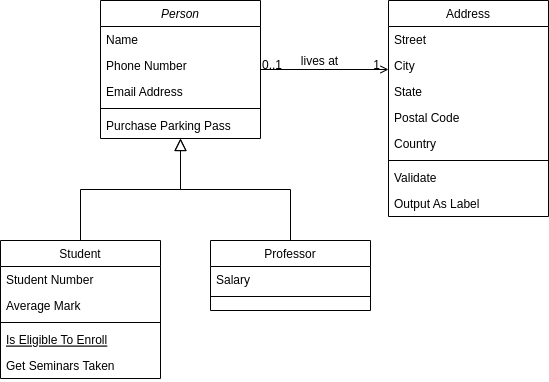
Above: ejercicio1.png in aday-ctr/clases (draw.io), before the change. Source tidied: cells renumbered, new cells last; positions are measured from the earlier drawing's top-left corner, leaving out a move shared by most shapes. Source of this version:
```xml
<mxGraphModel>
  <root>
    <mxCell id="0" />
    <mxCell id="1" parent="0" />
    <mxCell id="2" value="Person" style="swimlane;fontStyle=2;align=center;verticalAlign=top;horizontal=1;startSize=26;rounded=0;shadow=0;strokeWidth=1;" parent="1" vertex="1">
      <mxGeometry x="100" width="160" height="138" as="geometry" />
    </mxCell>
    <mxCell id="3" value="Name" style="text;align=left;verticalAlign=top;spacingLeft=4;spacingRight=4;overflow=hidden;" parent="2" vertex="1">
      <mxGeometry y="26" width="160" height="26" as="geometry" />
    </mxCell>
    <mxCell id="4" value="Phone Number" style="text;align=left;verticalAlign=top;spacingLeft=4;spacingRight=4;overflow=hidden;rounded=0;shadow=0;html=0;" parent="2" vertex="1">
      <mxGeometry y="52" width="160" height="26" as="geometry" />
    </mxCell>
    <mxCell id="5" value="Email Address" style="text;align=left;verticalAlign=top;spacingLeft=4;spacingRight=4;overflow=hidden;rounded=0;shadow=0;html=0;" parent="2" vertex="1">
      <mxGeometry y="78" width="160" height="26" as="geometry" />
    </mxCell>
    <mxCell id="6" style="line;html=1;strokeWidth=1;align=left;verticalAlign=middle;spacingTop=-1;spacingLeft=3;spacingRight=3;labelPosition=right;" parent="2" vertex="1">
      <mxGeometry y="104" width="160" height="8" as="geometry" />
    </mxCell>
    <mxCell id="7" value="Purchase Parking Pass" style="text;align=left;verticalAlign=top;spacingLeft=4;spacingRight=4;overflow=hidden;" parent="2" vertex="1">
      <mxGeometry y="112" width="160" height="26" as="geometry" />
    </mxCell>
    <mxCell id="8" value="Student" style="swimlane;fontStyle=0;align=center;verticalAlign=top;horizontal=1;startSize=26;rounded=0;shadow=0;strokeWidth=1;" parent="1" vertex="1">
      <mxGeometry y="240" width="160" height="138" as="geometry" />
    </mxCell>
    <mxCell id="9" value="Student Number" style="text;align=left;verticalAlign=top;spacingLeft=4;spacingRight=4;overflow=hidden;" parent="8" vertex="1">
      <mxGeometry y="26" width="160" height="26" as="geometry" />
    </mxCell>
    <mxCell id="10" value="Average Mark" style="text;align=left;verticalAlign=top;spacingLeft=4;spacingRight=4;overflow=hidden;rounded=0;shadow=0;html=0;" parent="8" vertex="1">
      <mxGeometry y="52" width="160" height="26" as="geometry" />
    </mxCell>
    <mxCell id="11" style="line;html=1;strokeWidth=1;align=left;verticalAlign=middle;spacingTop=-1;spacingLeft=3;spacingRight=3;labelPosition=right;" parent="8" vertex="1">
      <mxGeometry y="78" width="160" height="8" as="geometry" />
    </mxCell>
    <mxCell id="12" value="Is Eligible To Enroll" style="text;align=left;verticalAlign=top;spacingLeft=4;spacingRight=4;overflow=hidden;fontStyle=4;" parent="8" vertex="1">
      <mxGeometry y="86" width="160" height="26" as="geometry" />
    </mxCell>
    <mxCell id="13" value="Get Seminars Taken" style="text;align=left;verticalAlign=top;spacingLeft=4;spacingRight=4;overflow=hidden;" parent="8" vertex="1">
      <mxGeometry y="112" width="160" height="26" as="geometry" />
    </mxCell>
    <mxCell id="14" style="endArrow=block;endSize=10;endFill=0;shadow=0;strokeWidth=1;rounded=0;curved=0;edgeStyle=elbowEdgeStyle;elbow=vertical;" parent="1" edge="1" source="8" target="2">
      <mxGeometry relative="1" as="geometry" />
    </mxCell>
    <mxCell id="15" value="Professor" style="swimlane;fontStyle=0;align=center;verticalAlign=top;horizontal=1;startSize=26;rounded=0;shadow=0;strokeWidth=1;" parent="1" vertex="1">
      <mxGeometry x="210" y="240" width="160" height="70" as="geometry" />
    </mxCell>
    <mxCell id="16" value="Salary" style="text;align=left;verticalAlign=top;spacingLeft=4;spacingRight=4;overflow=hidden;" parent="15" vertex="1">
      <mxGeometry y="26" width="160" height="26" as="geometry" />
    </mxCell>
    <mxCell id="17" style="line;html=1;strokeWidth=1;align=left;verticalAlign=middle;spacingTop=-1;spacingLeft=3;spacingRight=3;labelPosition=right;" parent="15" vertex="1">
      <mxGeometry y="52" width="160" height="8" as="geometry" />
    </mxCell>
    <mxCell id="18" style="endArrow=block;endSize=10;endFill=0;shadow=0;strokeWidth=1;rounded=0;curved=0;edgeStyle=elbowEdgeStyle;elbow=vertical;" parent="1" edge="1" source="15" target="2">
      <mxGeometry relative="1" as="geometry" />
    </mxCell>
    <mxCell id="19" value="Address" style="swimlane;fontStyle=0;align=center;verticalAlign=top;horizontal=1;startSize=26;rounded=0;shadow=0;strokeWidth=1;" parent="1" vertex="1">
      <mxGeometry x="388" width="160" height="216" as="geometry" />
    </mxCell>
    <mxCell id="20" value="Street" style="text;align=left;verticalAlign=top;spacingLeft=4;spacingRight=4;overflow=hidden;" parent="19" vertex="1">
      <mxGeometry y="26" width="160" height="26" as="geometry" />
    </mxCell>
    <mxCell id="21" value="City" style="text;align=left;verticalAlign=top;spacingLeft=4;spacingRight=4;overflow=hidden;rounded=0;shadow=0;html=0;" parent="19" vertex="1">
      <mxGeometry y="52" width="160" height="26" as="geometry" />
    </mxCell>
    <mxCell id="22" value="State" style="text;align=left;verticalAlign=top;spacingLeft=4;spacingRight=4;overflow=hidden;rounded=0;shadow=0;html=0;" parent="19" vertex="1">
      <mxGeometry y="78" width="160" height="26" as="geometry" />
    </mxCell>
    <mxCell id="23" value="Postal Code" style="text;align=left;verticalAlign=top;spacingLeft=4;spacingRight=4;overflow=hidden;rounded=0;shadow=0;html=0;" parent="19" vertex="1">
      <mxGeometry y="104" width="160" height="26" as="geometry" />
    </mxCell>
    <mxCell id="24" value="Country" style="text;align=left;verticalAlign=top;spacingLeft=4;spacingRight=4;overflow=hidden;rounded=0;shadow=0;html=0;" parent="19" vertex="1">
      <mxGeometry y="130" width="160" height="26" as="geometry" />
    </mxCell>
    <mxCell id="25" style="line;html=1;strokeWidth=1;align=left;verticalAlign=middle;spacingTop=-1;spacingLeft=3;spacingRight=3;labelPosition=right;" parent="19" vertex="1">
      <mxGeometry y="156" width="160" height="8" as="geometry" />
    </mxCell>
    <mxCell id="26" value="Validate" style="text;align=left;verticalAlign=top;spacingLeft=4;spacingRight=4;overflow=hidden;" parent="19" vertex="1">
      <mxGeometry y="164" width="160" height="26" as="geometry" />
    </mxCell>
    <mxCell id="27" value="Output As Label" style="text;align=left;verticalAlign=top;spacingLeft=4;spacingRight=4;overflow=hidden;" parent="19" vertex="1">
      <mxGeometry y="190" width="160" height="26" as="geometry" />
    </mxCell>
    <mxCell id="28" style="endArrow=open;shadow=0;strokeWidth=1;rounded=0;curved=0;endFill=1;edgeStyle=elbowEdgeStyle;elbow=vertical;" parent="1" edge="1" source="2" target="19">
      <mxGeometry x="0.5" y="41" relative="1" as="geometry">
        <mxPoint x="-40" y="32" as="offset" />
      </mxGeometry>
    </mxCell>
    <mxCell id="29" value="0..1" style="align=left;verticalAlign=bottom;labelBackgroundColor=none;fontSize=12;" parent="28" vertex="1">
      <mxGeometry x="-1" relative="1" as="geometry">
        <mxPoint y="4" as="offset" />
      </mxGeometry>
    </mxCell>
    <mxCell id="30" value="1" style="align=right;verticalAlign=bottom;labelBackgroundColor=none;fontSize=12;" parent="28" vertex="1">
      <mxGeometry x="1" relative="1" as="geometry">
        <mxPoint x="-7" y="4" as="offset" />
      </mxGeometry>
    </mxCell>
    <mxCell id="31" value="lives at" style="text;html=1;align=center;verticalAlign=middle;labelBackgroundColor=none;rounded=0;shadow=0;strokeWidth=1;fontSize=12;" parent="28" vertex="1">
      <mxGeometry x="0.5" y="49" relative="1" as="geometry">
        <mxPoint x="-38" y="40" as="offset" />
      </mxGeometry>
    </mxCell>
  </root>
</mxGraphModel>
```
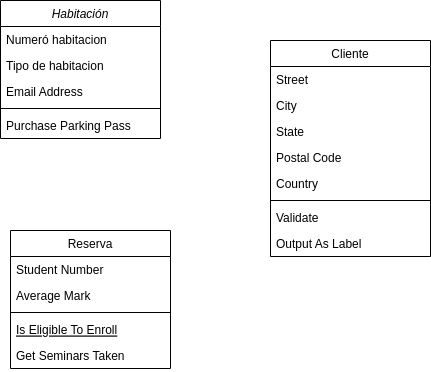
The same diagram one commit later.

What changed in the source:
```diff
@@ -2,13 +2,13 @@
   <root>
     <mxCell id="0" />
     <mxCell id="1" parent="0" />
-    <mxCell id="2" value="Person" style="swimlane;fontStyle=2;align=center;verticalAlign=top;horizontal=1;startSize=26;rounded=0;shadow=0;strokeWidth=1;" parent="1" vertex="1">
+    <mxCell id="2" value="Habitación" style="swimlane;fontStyle=2;align=center;verticalAlign=top;horizontal=1;startSize=26;rounded=0;shadow=0;strokeWidth=1;" parent="1" vertex="1">
       <mxGeometry x="100" width="160" height="138" as="geometry" />
     </mxCell>
-    <mxCell id="3" value="Name" style="text;align=left;verticalAlign=top;spacingLeft=4;spacingRight=4;overflow=hidden;" parent="2" vertex="1">
+    <mxCell id="3" value="Numeró habitacion" style="text;align=left;verticalAlign=top;spacingLeft=4;spacingRight=4;overflow=hidden;" parent="2" vertex="1">
       <mxGeometry y="26" width="160" height="26" as="geometry" />
     </mxCell>
-    <mxCell id="4" value="Phone Number" style="text;align=left;verticalAlign=top;spacingLeft=4;spacingRight=4;overflow=hidden;rounded=0;shadow=0;html=0;" parent="2" vertex="1">
+    <mxCell id="4" value="Tipo de habitacion" style="text;align=left;verticalAlign=top;spacingLeft=4;spacingRight=4;overflow=hidden;rounded=0;shadow=0;html=0;" parent="2" vertex="1">
       <mxGeometry y="52" width="160" height="26" as="geometry" />
     </mxCell>
     <mxCell id="5" value="Email Address" style="text;align=left;verticalAlign=top;spacingLeft=4;spacingRight=4;overflow=hidden;rounded=0;shadow=0;html=0;" parent="2" vertex="1">
@@ -20,8 +20,8 @@
     <mxCell id="7" value="Purchase Parking Pass" style="text;align=left;verticalAlign=top;spacingLeft=4;spacingRight=4;overflow=hidden;" parent="2" vertex="1">
       <mxGeometry y="112" width="160" height="26" as="geometry" />
     </mxCell>
-    <mxCell id="8" value="Student" style="swimlane;fontStyle=0;align=center;verticalAlign=top;horizontal=1;startSize=26;rounded=0;shadow=0;strokeWidth=1;" parent="1" vertex="1">
-      <mxGeometry y="240" width="160" height="138" as="geometry" />
+    <mxCell id="8" value="Reserva" style="swimlane;fontStyle=0;align=center;verticalAlign=top;horizontal=1;startSize=26;rounded=0;shadow=0;strokeWidth=1;" parent="1" vertex="1">
+      <mxGeometry x="110" y="230" width="160" height="138" as="geometry" />
     </mxCell>
     <mxCell id="9" value="Student Number" style="text;align=left;verticalAlign=top;spacingLeft=4;spacingRight=4;overflow=hidden;" parent="8" vertex="1">
       <mxGeometry y="26" width="160" height="26" as="geometry" />
@@ -38,23 +38,8 @@
     <mxCell id="13" value="Get Seminars Taken" style="text;align=left;verticalAlign=top;spacingLeft=4;spacingRight=4;overflow=hidden;" parent="8" vertex="1">
       <mxGeometry y="112" width="160" height="26" as="geometry" />
     </mxCell>
-    <mxCell id="14" style="endArrow=block;endSize=10;endFill=0;shadow=0;strokeWidth=1;rounded=0;curved=0;edgeStyle=elbowEdgeStyle;elbow=vertical;" parent="1" edge="1" source="8" target="2">
-      <mxGeometry relative="1" as="geometry" />
-    </mxCell>
-    <mxCell id="15" value="Professor" style="swimlane;fontStyle=0;align=center;verticalAlign=top;horizontal=1;startSize=26;rounded=0;shadow=0;strokeWidth=1;" parent="1" vertex="1">
-      <mxGeometry x="210" y="240" width="160" height="70" as="geometry" />
-    </mxCell>
-    <mxCell id="16" value="Salary" style="text;align=left;verticalAlign=top;spacingLeft=4;spacingRight=4;overflow=hidden;" parent="15" vertex="1">
-      <mxGeometry y="26" width="160" height="26" as="geometry" />
-    </mxCell>
-    <mxCell id="17" style="line;html=1;strokeWidth=1;align=left;verticalAlign=middle;spacingTop=-1;spacingLeft=3;spacingRight=3;labelPosition=right;" parent="15" vertex="1">
-      <mxGeometry y="52" width="160" height="8" as="geometry" />
-    </mxCell>
-    <mxCell id="18" style="endArrow=block;endSize=10;endFill=0;shadow=0;strokeWidth=1;rounded=0;curved=0;edgeStyle=elbowEdgeStyle;elbow=vertical;" parent="1" edge="1" source="15" target="2">
-      <mxGeometry relative="1" as="geometry" />
-    </mxCell>
-    <mxCell id="19" value="Address" style="swimlane;fontStyle=0;align=center;verticalAlign=top;horizontal=1;startSize=26;rounded=0;shadow=0;strokeWidth=1;" parent="1" vertex="1">
-      <mxGeometry x="388" width="160" height="216" as="geometry" />
+    <mxCell id="19" value="Cliente" style="swimlane;fontStyle=0;align=center;verticalAlign=top;horizontal=1;startSize=26;rounded=0;shadow=0;strokeWidth=1;" parent="1" vertex="1">
+      <mxGeometry x="370" y="40" width="160" height="216" as="geometry" />
     </mxCell>
     <mxCell id="20" value="Street" style="text;align=left;verticalAlign=top;spacingLeft=4;spacingRight=4;overflow=hidden;" parent="19" vertex="1">
       <mxGeometry y="26" width="160" height="26" as="geometry" />
@@ -80,25 +65,5 @@
     <mxCell id="27" value="Output As Label" style="text;align=left;verticalAlign=top;spacingLeft=4;spacingRight=4;overflow=hidden;" parent="19" vertex="1">
       <mxGeometry y="190" width="160" height="26" as="geometry" />
     </mxCell>
-    <mxCell id="28" style="endArrow=open;shadow=0;strokeWidth=1;rounded=0;curved=0;endFill=1;edgeStyle=elbowEdgeStyle;elbow=vertical;" parent="1" edge="1" source="2" target="19">
-      <mxGeometry x="0.5" y="41" relative="1" as="geometry">
-        <mxPoint x="-40" y="32" as="offset" />
-      </mxGeometry>
-    </mxCell>
-    <mxCell id="29" value="0..1" style="align=left;verticalAlign=bottom;labelBackgroundColor=none;fontSize=12;" parent="28" vertex="1">
-      <mxGeometry x="-1" relative="1" as="geometry">
-        <mxPoint y="4" as="offset" />
-      </mxGeometry>
-    </mxCell>
-    <mxCell id="30" value="1" style="align=right;verticalAlign=bottom;labelBackgroundColor=none;fontSize=12;" parent="28" vertex="1">
-      <mxGeometry x="1" relative="1" as="geometry">
-        <mxPoint x="-7" y="4" as="offset" />
-      </mxGeometry>
-    </mxCell>
-    <mxCell id="31" value="lives at" style="text;html=1;align=center;verticalAlign=middle;labelBackgroundColor=none;rounded=0;shadow=0;strokeWidth=1;fontSize=12;" parent="28" vertex="1">
-      <mxGeometry x="0.5" y="49" relative="1" as="geometry">
-        <mxPoint x="-38" y="40" as="offset" />
-      </mxGeometry>
-    </mxCell>
   </root>
 </mxGraphModel>
```
